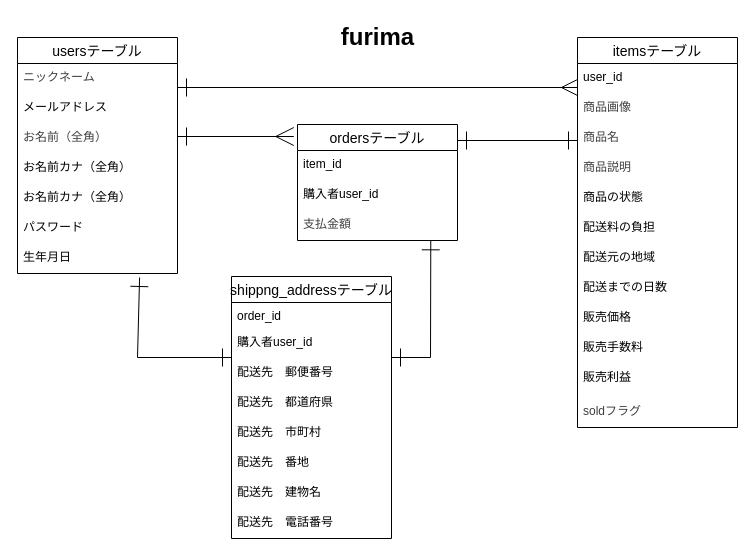
Before: furima-41862.drawio in nn88hcs99/furima-41862, a draw.io diagram. Source tidied: cells renumbered, new cells numbered last; positions are measured from the earlier drawing's top-left corner, leaving out a move shared by most shapes. Both pictures are drawn from the tidied source at 100%, with x=0, y=0 at pixel (17, 17).
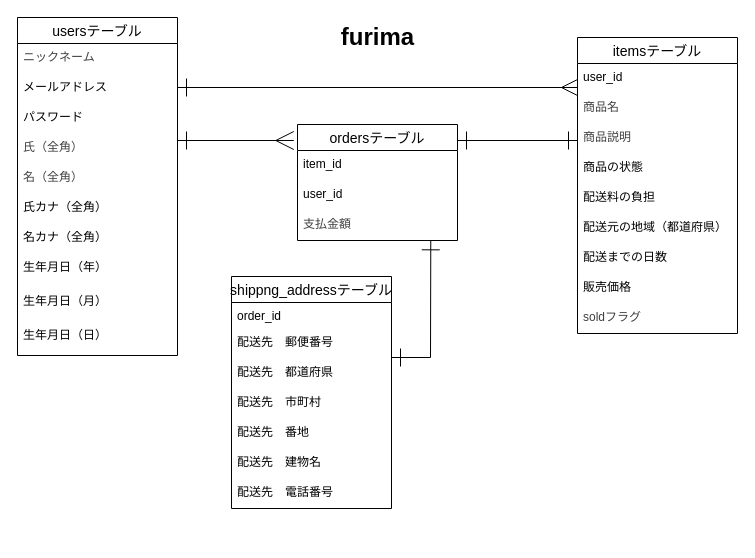
The same diagram, later.

Commit message (it also covers changes not shown here):
指摘箇所の修正

Unchanged cells that the change refers to:
```xml
<mxCell id="24" value="ordersテーブル" style="swimlane;fontStyle=0;horizontal=1;startSize=26;align=center;fontSize=14;" parent="1" vertex="1">
  <mxGeometry x="280" y="107" width="160" height="116" as="geometry" />
</mxCell>
```

Change to the diagram source:
```diff
@@
     <mxCell id="3" value="usersテーブル" style="swimlane;fontStyle=0;horizontal=1;startSize=26;align=center;fontSize=14;" parent="1" vertex="1">
-      <mxGeometry y="20" width="160" height="236" as="geometry" />
+      <mxGeometry width="160" height="338" as="geometry" />
     </mxCell>
@@
+    <mxCell id="9" value="パスワード" style="text;strokeColor=none;fillColor=none;spacingLeft=4;spacingRight=4;overflow=hidden;fontSize=12;whiteSpace=wrap;html=1;" parent="3" vertex="1">
+      <mxGeometry y="86" width="160" height="30" as="geometry" />
+    </mxCell>
-    <mxCell id="6" value="&lt;span style=&quot;color: rgb(63, 63, 63);&quot;&gt;お名前（全角）&lt;/span&gt;" style="text;strokeColor=none;fillColor=none;spacingLeft=4;spacingRight=4;overflow=hidden;fontSize=12;whiteSpace=wrap;html=1;" parent="3" vertex="1">
-      <mxGeometry y="86" width="160" height="30" as="geometry" />
+    <mxCell id="6" value="&lt;span style=&quot;color: rgb(63, 63, 63);&quot;&gt;氏（全角）&lt;/span&gt;" style="text;strokeColor=none;fillColor=none;spacingLeft=4;spacingRight=4;overflow=hidden;fontSize=12;whiteSpace=wrap;html=1;" parent="3" vertex="1">
+      <mxGeometry y="116" width="160" height="30" as="geometry" />
     </mxCell>
+    <mxCell id="42" value="&lt;span style=&quot;color: rgb(63, 63, 63);&quot;&gt;名（全角）&lt;/span&gt;" style="text;strokeColor=none;fillColor=none;spacingLeft=4;spacingRight=4;overflow=hidden;fontSize=12;whiteSpace=wrap;html=1;" parent="3" vertex="1">
+      <mxGeometry y="146" width="160" height="30" as="geometry" />
+    </mxCell>
-    <mxCell id="7" value="お名前カナ（全角）" style="text;strokeColor=none;fillColor=none;spacingLeft=4;spacingRight=4;overflow=hidden;fontSize=12;whiteSpace=wrap;html=1;" parent="3" vertex="1">
-      <mxGeometry y="116" width="160" height="30" as="geometry" />
+    <mxCell id="7" value="氏カナ（全角）" style="text;strokeColor=none;fillColor=none;spacingLeft=4;spacingRight=4;overflow=hidden;fontSize=12;whiteSpace=wrap;html=1;" parent="3" vertex="1">
+      <mxGeometry y="176" width="160" height="30" as="geometry" />
     </mxCell>
-    <mxCell id="8" value="お名前カナ（全角）" style="text;strokeColor=none;fillColor=none;spacingLeft=4;spacingRight=4;overflow=hidden;fontSize=12;whiteSpace=wrap;html=1;" parent="3" vertex="1">
-      <mxGeometry y="146" width="160" height="30" as="geometry" />
+    <mxCell id="8" value="名カナ（全角）" style="text;strokeColor=none;fillColor=none;spacingLeft=4;spacingRight=4;overflow=hidden;fontSize=12;whiteSpace=wrap;html=1;" parent="3" vertex="1">
+      <mxGeometry y="206" width="160" height="30" as="geometry" />
     </mxCell>
-    <mxCell id="9" value="パスワード" style="text;strokeColor=none;fillColor=none;spacingLeft=4;spacingRight=4;overflow=hidden;fontSize=12;whiteSpace=wrap;html=1;" parent="3" vertex="1">
-      <mxGeometry y="176" width="160" height="30" as="geometry" />
-    </mxCell>
+    <mxCell id="43" value="生年月日（年）" style="text;strokeColor=none;fillColor=none;spacingLeft=4;spacingRight=4;overflow=hidden;fontSize=12;whiteSpace=wrap;html=1;" parent="3" vertex="1">
+      <mxGeometry y="236" width="160" height="34" as="geometry" />
+    </mxCell>
+    <mxCell id="44" value="生年月日（月）" style="text;strokeColor=none;fillColor=none;spacingLeft=4;spacingRight=4;overflow=hidden;fontSize=12;whiteSpace=wrap;html=1;" parent="3" vertex="1">
+      <mxGeometry y="270" width="160" height="34" as="geometry" />
+    </mxCell>
-    <mxCell id="10" value="生年月日" style="text;strokeColor=none;fillColor=none;spacingLeft=4;spacingRight=4;overflow=hidden;points=[[0,0.5],[1,0.5]];portConstraint=eastwest;fontSize=12;whiteSpace=wrap;html=1;" parent="3" vertex="1">
-      <mxGeometry y="206" width="160" height="30" as="geometry" />
+    <mxCell id="10" value="生年月日（日）" style="text;strokeColor=none;fillColor=none;spacingLeft=4;spacingRight=4;overflow=hidden;points=[[0,0.5],[1,0.5]];portConstraint=eastwest;fontSize=12;whiteSpace=wrap;html=1;" parent="3" vertex="1">
+      <mxGeometry y="304" width="160" height="34" as="geometry" />
     </mxCell>
     <mxCell id="11" value="itemsテーブル" style="swimlane;fontStyle=0;horizontal=1;startSize=26;align=center;fontSize=14;" parent="1" vertex="1">
-      <mxGeometry x="560" y="20" width="160" height="390" as="geometry" />
+      <mxGeometry x="560" y="20" width="160" height="296" as="geometry" />
     </mxCell>
@@
-    <mxCell id="13" value="&lt;span style=&quot;color: rgb(63, 63, 63); text-align: center;&quot;&gt;商品画像&lt;/span&gt;" style="text;strokeColor=none;fillColor=none;spacingLeft=4;spacingRight=4;overflow=hidden;fontSize=12;whiteSpace=wrap;html=1;" parent="11" vertex="1">
-      <mxGeometry y="56" width="160" height="30" as="geometry" />
-    </mxCell>
     <mxCell id="14" value="&lt;span style=&quot;color: rgb(63, 63, 63); text-align: center;&quot;&gt;商品名&lt;/span&gt;" style="text;strokeColor=none;fillColor=none;spacingLeft=4;spacingRight=4;overflow=hidden;fontSize=12;whiteSpace=wrap;html=1;" parent="11" vertex="1">
-      <mxGeometry y="86" width="160" height="30" as="geometry" />
+      <mxGeometry y="56" width="160" height="30" as="geometry" />
     </mxCell>
     <mxCell id="15" value="&lt;span style=&quot;color: rgb(63, 63, 63); text-align: center;&quot;&gt;商品説明&lt;/span&gt;" style="text;strokeColor=none;fillColor=none;spacingLeft=4;spacingRight=4;overflow=hidden;fontSize=12;whiteSpace=wrap;html=1;" parent="11" vertex="1">
-      <mxGeometry y="116" width="160" height="30" as="geometry" />
+      <mxGeometry y="86" width="160" height="30" as="geometry" />
     </mxCell>
     <mxCell id="16" value="商品の状態" style="text;strokeColor=none;fillColor=none;spacingLeft=4;spacingRight=4;overflow=hidden;fontSize=12;whiteSpace=wrap;html=1;" parent="11" vertex="1">
-      <mxGeometry y="146" width="160" height="30" as="geometry" />
+      <mxGeometry y="116" width="160" height="30" as="geometry" />
     </mxCell>
     <mxCell id="17" value="配送料の負担" style="text;strokeColor=none;fillColor=none;spacingLeft=4;spacingRight=4;overflow=hidden;fontSize=12;whiteSpace=wrap;html=1;" parent="11" vertex="1">
-      <mxGeometry y="176" width="160" height="30" as="geometry" />
+      <mxGeometry y="146" width="160" height="30" as="geometry" />
     </mxCell>
-    <mxCell id="18" value="配送元の地域" style="text;strokeColor=none;fillColor=none;spacingLeft=4;spacingRight=4;overflow=hidden;fontSize=12;whiteSpace=wrap;html=1;" parent="11" vertex="1">
-      <mxGeometry y="206" width="160" height="30" as="geometry" />
+    <mxCell id="18" value="配送元の地域（都道府県）" style="text;strokeColor=none;fillColor=none;spacingLeft=4;spacingRight=4;overflow=hidden;fontSize=12;whiteSpace=wrap;html=1;" parent="11" vertex="1">
+      <mxGeometry y="176" width="160" height="30" as="geometry" />
     </mxCell>
     <mxCell id="19" value="配送までの日数" style="text;strokeColor=none;fillColor=none;spacingLeft=4;spacingRight=4;overflow=hidden;fontSize=12;whiteSpace=wrap;html=1;" parent="11" vertex="1">
-      <mxGeometry y="236" width="160" height="30" as="geometry" />
+      <mxGeometry y="206" width="160" height="30" as="geometry" />
     </mxCell>
     <mxCell id="20" value="販売価格" style="text;strokeColor=none;fillColor=none;spacingLeft=4;spacingRight=4;overflow=hidden;fontSize=12;whiteSpace=wrap;html=1;" parent="11" vertex="1">
-      <mxGeometry y="266" width="160" height="30" as="geometry" />
+      <mxGeometry y="236" width="160" height="30" as="geometry" />
     </mxCell>
-    <mxCell id="21" value="販売手数料" style="text;strokeColor=none;fillColor=none;spacingLeft=4;spacingRight=4;overflow=hidden;fontSize=12;whiteSpace=wrap;html=1;" parent="11" vertex="1">
-      <mxGeometry y="296" width="160" height="30" as="geometry" />
-    </mxCell>
-    <mxCell id="22" value="販売利益" style="text;strokeColor=none;fillColor=none;spacingLeft=4;spacingRight=4;overflow=hidden;fontSize=12;whiteSpace=wrap;html=1;" parent="11" vertex="1">
-      <mxGeometry y="326" width="160" height="34" as="geometry" />
-    </mxCell>
     <mxCell id="23" value="&lt;span style=&quot;color: rgb(63, 63, 63); text-align: center;&quot;&gt;soldフラグ&lt;/span&gt;" style="text;strokeColor=none;fillColor=none;spacingLeft=4;spacingRight=4;overflow=hidden;fontSize=12;whiteSpace=wrap;html=1;" parent="11" vertex="1">
-      <mxGeometry y="360" width="160" height="30" as="geometry" />
+      <mxGeometry y="266" width="160" height="30" as="geometry" />
     </mxCell>
@@
-    <mxCell id="26" value="購入者user_id" style="text;strokeColor=none;fillColor=none;spacingLeft=4;spacingRight=4;overflow=hidden;fontSize=12;whiteSpace=wrap;html=1;" parent="24" vertex="1">
-      <mxGeometry y="56" width="160" height="30" as="geometry" />
-    </mxCell>
+    <mxCell id="45" value="user_id" style="text;strokeColor=none;fillColor=none;spacingLeft=4;spacingRight=4;overflow=hidden;fontSize=12;whiteSpace=wrap;html=1;" parent="24" vertex="1">
+      <mxGeometry y="56" width="160" height="30" as="geometry" />
+    </mxCell>
@@
     <mxCell id="30" style="endArrow=ERone;html=1;rounded=0;strokeColor=default;strokeWidth=1;align=center;verticalAlign=middle;fontFamily=Helvetica;fontSize=11;fontColor=default;labelBackgroundColor=default;edgeStyle=none;jumpSize=12;startSize=16;endSize=16;flowAnimation=0;sourcePerimeterSpacing=4;targetPerimeterSpacing=4;exitX=-0.023;exitY=0.121;exitDx=0;exitDy=0;endFill=0;startArrow=ERmany;startFill=0;curved=0;exitPerimeter=0;" parent="1" edge="1">
       <mxGeometry relative="1" as="geometry">
-        <mxPoint x="276.3" y="119" as="sourcePoint" />
-        <mxPoint x="160" y="119" as="targetPoint" />
+        <mxPoint x="276.3" y="123" as="sourcePoint" />
+        <mxPoint x="160" y="123" as="targetPoint" />
       </mxGeometry>
     </mxCell>
     <mxCell id="31" value="shippng_addressテーブル" style="swimlane;fontStyle=0;horizontal=1;startSize=26;align=center;fontSize=14;" parent="1" vertex="1">
-      <mxGeometry x="214" y="259" width="160" height="262" as="geometry" />
+      <mxGeometry x="214" y="259" width="160" height="232" as="geometry" />
     </mxCell>
@@
-    <mxCell id="33" value="購入者user_id" style="text;strokeColor=none;fillColor=none;spacingLeft=4;spacingRight=4;overflow=hidden;fontSize=12;whiteSpace=wrap;html=1;" parent="31" vertex="1">
-      <mxGeometry y="52" width="160" height="30" as="geometry" />
-    </mxCell>
     <mxCell id="34" value="配送先　郵便番号&lt;div&gt;&lt;br&gt;&lt;/div&gt;" style="text;strokeColor=none;fillColor=none;spacingLeft=4;spacingRight=4;overflow=hidden;fontSize=12;whiteSpace=wrap;html=1;" parent="31" vertex="1">
-      <mxGeometry y="82" width="160" height="30" as="geometry" />
+      <mxGeometry y="52" width="160" height="30" as="geometry" />
     </mxCell>
     <mxCell id="35" value="配送先　都道府県" style="text;strokeColor=none;fillColor=none;spacingLeft=4;spacingRight=4;overflow=hidden;fontSize=12;whiteSpace=wrap;html=1;" parent="31" vertex="1">
-      <mxGeometry y="112" width="160" height="30" as="geometry" />
+      <mxGeometry y="82" width="160" height="30" as="geometry" />
     </mxCell>
     <mxCell id="36" value="配送先　市町村" style="text;strokeColor=none;fillColor=none;spacingLeft=4;spacingRight=4;overflow=hidden;fontSize=12;whiteSpace=wrap;html=1;" parent="31" vertex="1">
-      <mxGeometry y="142" width="160" height="30" as="geometry" />
+      <mxGeometry y="112" width="160" height="30" as="geometry" />
     </mxCell>
     <mxCell id="37" value="配送先　番地" style="text;strokeColor=none;fillColor=none;spacingLeft=4;spacingRight=4;overflow=hidden;fontSize=12;whiteSpace=wrap;html=1;" parent="31" vertex="1">
-      <mxGeometry y="172" width="160" height="30" as="geometry" />
+      <mxGeometry y="142" width="160" height="30" as="geometry" />
     </mxCell>
     <mxCell id="38" value="配送先　建物名" style="text;strokeColor=none;fillColor=none;spacingLeft=4;spacingRight=4;overflow=hidden;fontSize=12;whiteSpace=wrap;html=1;" parent="31" vertex="1">
-      <mxGeometry y="202" width="160" height="30" as="geometry" />
+      <mxGeometry y="172" width="160" height="30" as="geometry" />
     </mxCell>
     <mxCell id="39" value="配送先　電話番号" style="text;strokeColor=none;fillColor=none;spacingLeft=4;spacingRight=4;overflow=hidden;fontSize=12;whiteSpace=wrap;html=1;" parent="31" vertex="1">
-      <mxGeometry y="232" width="160" height="30" as="geometry" />
+      <mxGeometry y="202" width="160" height="30" as="geometry" />
     </mxCell>
@@
-    <mxCell id="41" style="endArrow=ERone;html=1;rounded=0;strokeColor=default;strokeWidth=1;align=center;verticalAlign=middle;fontFamily=Helvetica;fontSize=11;fontColor=default;labelBackgroundColor=default;edgeStyle=none;jumpSize=12;startSize=16;endSize=16;flowAnimation=0;sourcePerimeterSpacing=4;targetPerimeterSpacing=4;endFill=0;startArrow=ERone;startFill=0;curved=0;exitX=0.763;exitY=1.133;exitDx=0;exitDy=0;exitPerimeter=0;" parent="1" edge="1" source="10">
-      <mxGeometry relative="1" as="geometry">
-        <mxPoint x="214" y="340" as="targetPoint" />
-        <Array as="points">
-          <mxPoint x="120" y="340" />
-        </Array>
-      </mxGeometry>
-    </mxCell>
```
